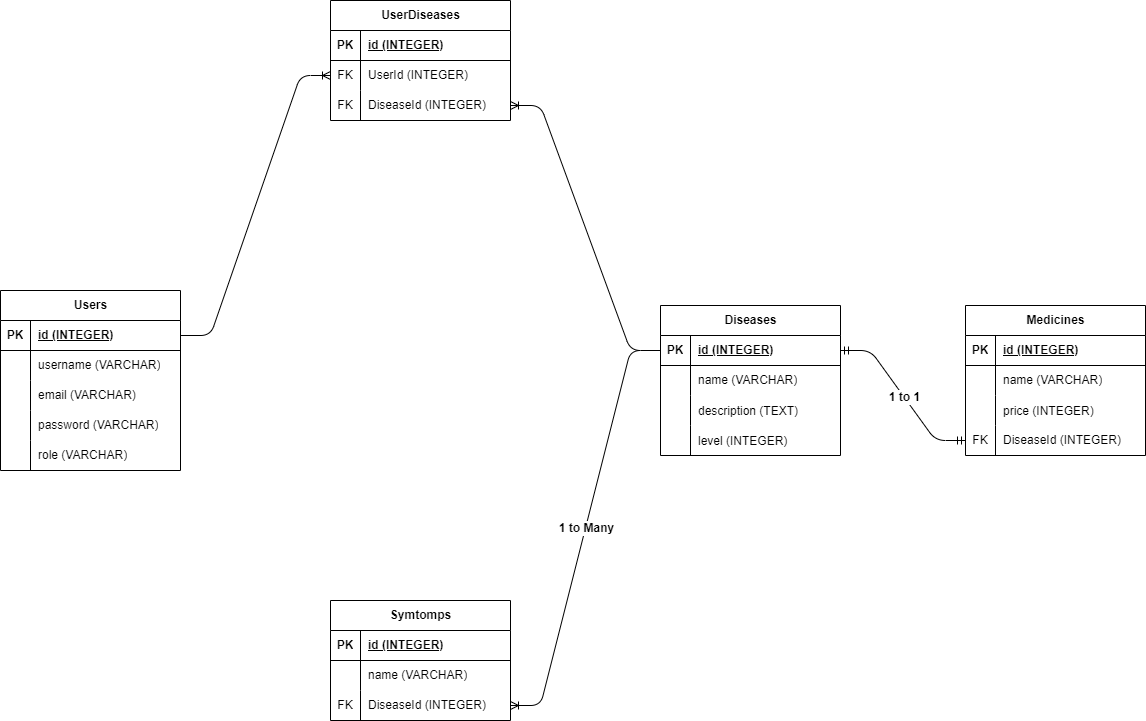
This is schema.drawio.png from KendySupratowo/HiDoc, a draw.io export, as it was before one commit. Source tidied: cells renumbered, new cells last; positions are measured from the earlier drawing's top-left corner, leaving out a move shared by most shapes.
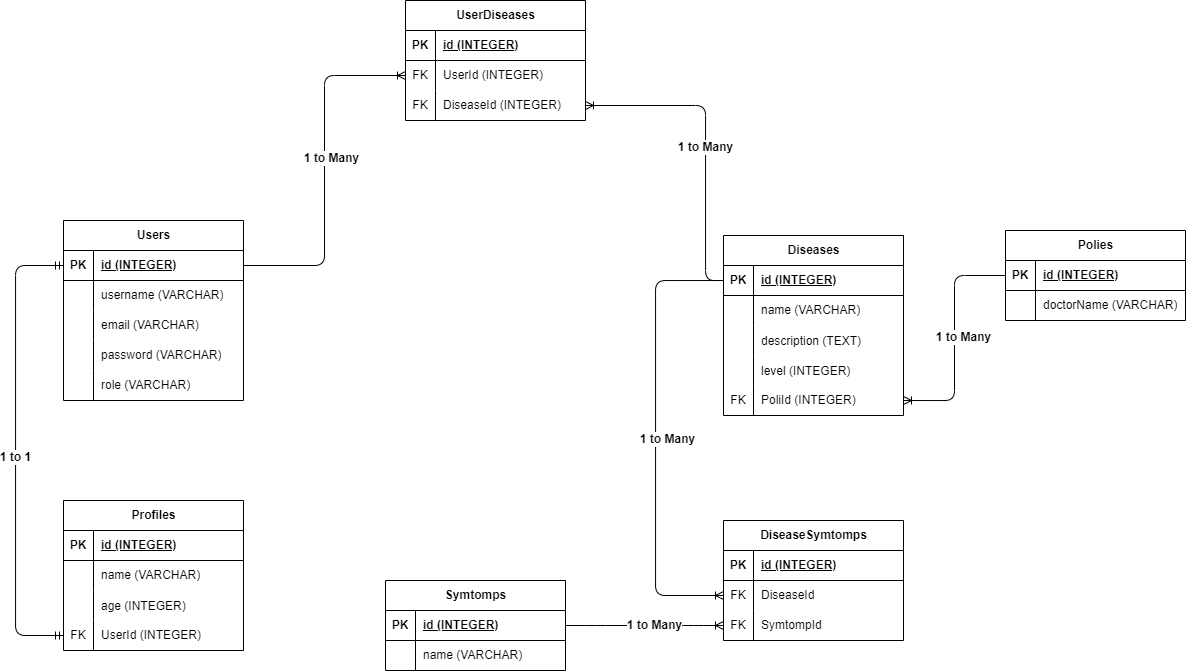
The same diagram one commit later.

Change to the diagram source:
```diff
@@ -51,7 +51,7 @@
       <mxGeometry x="30" width="150" height="30" as="geometry" />
     </mxCell>
     <mxCell id="18" value="UserDiseases" style="shape=table;startSize=30;rowLines=0;fontStyle=1;align=center;html=1;" parent="1" vertex="1">
-      <mxGeometry x="330" width="180" height="120" as="geometry" />
+      <mxGeometry x="342" y="70" width="180" height="120" as="geometry" />
     </mxCell>
     <mxCell id="19" style="shape=tableRow;horizontal=0;startSize=0;swimlaneHead=0;swimlaneBody=0;fillColor=none;top=0;left=0;right=0;bottom=1;" parent="18" vertex="1">
       <mxGeometry y="30" width="180" height="30" as="geometry" />
@@ -81,7 +81,7 @@
       <mxGeometry x="30" width="150" height="30" as="geometry" />
     </mxCell>
     <mxCell id="28" value="Diseases" style="shape=table;startSize=30;rowLines=0;fontStyle=1;align=center;html=1;" parent="1" vertex="1">
-      <mxGeometry x="660" y="305" width="180" height="150" as="geometry" />
+      <mxGeometry x="660" y="305" width="180" height="180" as="geometry" />
     </mxCell>
     <mxCell id="29" style="shape=tableRow;horizontal=0;startSize=0;swimlaneHead=0;swimlaneBody=0;fillColor=none;points=[[0,0.5],[1,0.5]];portConstraint=eastwest;top=0;left=0;right=0;bottom=1;" parent="28" vertex="1">
       <mxGeometry y="30" width="180" height="30" as="geometry" />
@@ -119,18 +119,28 @@
     <mxCell id="40" value="level (INTEGER)" style="shape=partialRectangle;fillColor=none;top=0;left=0;bottom=0;right=0;align=left;spacingLeft=6;overflow=hidden;" parent="38" vertex="1">
       <mxGeometry x="30" width="150" height="30" as="geometry" />
     </mxCell>
+    <mxCell id="70" style="shape=tableRow;horizontal=0;startSize=0;swimlaneHead=0;swimlaneBody=0;fillColor=none;points=[[0,0.5],[1,0.5]];portConstraint=eastwest;top=0;left=0;right=0;bottom=0;" parent="28" vertex="1">
+      <mxGeometry y="150" width="180" height="30" as="geometry" />
+    </mxCell>
+    <mxCell id="51" value="FK" style="shape=partialRectangle;fillColor=none;top=0;left=0;bottom=0;right=0;fontStyle=0;overflow=hidden;whiteSpace=wrap;html=1;" parent="70" vertex="1">
+      <mxGeometry width="30" height="30" as="geometry" />
+    </mxCell>
+    <mxCell id="71" value="PoliId (INTEGER)" style="shape=partialRectangle;fillColor=none;top=0;left=0;bottom=0;right=0;align=left;spacingLeft=6;fontStyle=0;overflow=hidden;whiteSpace=wrap;html=1;" parent="70" vertex="1">
+      <mxGeometry x="30" width="150" height="30" as="geometry" />
+    </mxCell>
-    <mxCell id="41" style="edgeStyle=entityRelationEdgeStyle;fontSize=12;html=1;endArrow=ERoneToMany;exitX=1;exitY=0.5;exitDx=0;exitDy=0;entryX=0;entryY=0.5;entryDx=0;entryDy=0;" parent="1" edge="1" source="3" target="22">
+    <mxCell id="41" style="edgeStyle=orthogonalEdgeStyle;fontSize=12;html=1;endArrow=ERoneToMany;exitX=1;exitY=0.5;exitDx=0;exitDy=0;entryX=0;entryY=0.5;entryDx=0;entryDy=0;" parent="1" edge="1" source="3" target="22">
       <mxGeometry relative="1" as="geometry" />
     </mxCell>
-    <mxCell id="42" style="edgeStyle=entityRelationEdgeStyle;fontSize=12;html=1;endArrow=ERoneToMany;exitX=0;exitY=0.5;exitDx=0;exitDy=0;entryX=1;entryY=0.5;entryDx=0;entryDy=0;" parent="1" edge="1" source="29" target="25">
+    <mxCell id="42" style="edgeStyle=orthogonalEdgeStyle;fontSize=12;html=1;endArrow=ERoneToMany;exitX=0;exitY=0.5;exitDx=0;exitDy=0;entryX=1;entryY=0.5;entryDx=0;entryDy=0;" parent="1" edge="1" source="29" target="25">
       <mxGeometry relative="1" as="geometry">
         <Array as="points">
-          <mxPoint x="770" y="235" />
+          <mxPoint x="642" y="350" />
+          <mxPoint x="642" y="175" />
         </Array>
       </mxGeometry>
     </mxCell>
     <mxCell id="43" value="Symtomps" style="shape=table;startSize=30;rowLines=0;fontStyle=1;align=center;html=1;" parent="1" vertex="1">
-      <mxGeometry x="330" y="600" width="180" height="120" as="geometry" />
+      <mxGeometry x="322" y="650" width="180" height="90" as="geometry" />
     </mxCell>
     <mxCell id="44" style="shape=tableRow;horizontal=0;startSize=0;swimlaneHead=0;swimlaneBody=0;fillColor=none;points=[[0,0.5],[1,0.5]];portConstraint=eastwest;top=0;left=0;right=0;bottom=1;" parent="43" vertex="1">
       <mxGeometry y="30" width="180" height="30" as="geometry" />
@@ -150,27 +160,21 @@
     <mxCell id="49" value="name (VARCHAR)" style="shape=partialRectangle;fillColor=none;top=0;left=0;bottom=0;right=0;align=left;spacingLeft=6;overflow=hidden;whiteSpace=wrap;html=1;" parent="47" vertex="1">
       <mxGeometry x="30" width="150" height="30" as="geometry" />
     </mxCell>
-    <mxCell id="50" style="shape=tableRow;horizontal=0;startSize=0;swimlaneHead=0;swimlaneBody=0;fillColor=none;points=[[0,0.5],[1,0.5]];portConstraint=eastwest;top=0;left=0;right=0;bottom=0;" parent="43" vertex="1">
-      <mxGeometry y="90" width="180" height="30" as="geometry" />
-    </mxCell>
-    <mxCell id="51" value="FK" style="shape=partialRectangle;fillColor=none;top=0;left=0;bottom=0;right=0;fontStyle=0;overflow=hidden;whiteSpace=wrap;html=1;" parent="50" vertex="1">
-      <mxGeometry width="30" height="30" as="geometry" />
-    </mxCell>
-    <mxCell id="52" value="&lt;span style=&quot;color: rgb(0, 0, 0);&quot;&gt;DiseaseId (INTEGER)&lt;/span&gt;" style="shape=partialRectangle;fillColor=none;top=0;left=0;bottom=0;right=0;align=left;spacingLeft=6;fontStyle=0;overflow=hidden;whiteSpace=wrap;html=1;" parent="50" vertex="1">
-      <mxGeometry x="30" width="150" height="30" as="geometry" />
-    </mxCell>
-    <mxCell id="53" style="edgeStyle=entityRelationEdgeStyle;fontSize=12;html=1;endArrow=ERoneToMany;exitX=0;exitY=0.5;exitDx=0;exitDy=0;entryX=1;entryY=0.5;entryDx=0;entryDy=0;" parent="1" edge="1" source="29" target="50">
+    <mxCell id="53" style="edgeStyle=entityRelationEdgeStyle;fontSize=12;html=1;endArrow=ERoneToMany;exitX=1;exitY=0.5;exitDx=0;exitDy=0;entryX=0;entryY=0.5;entryDx=0;entryDy=0;" parent="1" edge="1" source="44" target="50">
       <mxGeometry relative="1" as="geometry">
         <Array as="points">
-          <mxPoint x="647" y="470" />
+          <mxPoint x="1183" y="520" />
+          <mxPoint x="282" y="605" />
         </Array>
       </mxGeometry>
     </mxCell>
     <mxCell id="54" value="&lt;font style=&quot;font-size: 12px;&quot;&gt;&lt;b&gt;1 to Many&lt;/b&gt;&lt;/font&gt;" style="edgeLabel;html=1;align=center;verticalAlign=middle;" parent="53" vertex="1">
-      <mxGeometry y="1" relative="1" as="geometry" />
+      <mxGeometry y="1" relative="1" as="geometry">
+        <mxPoint x="10" as="offset" />
+      </mxGeometry>
     </mxCell>
-    <mxCell id="55" value="Medicines" style="shape=table;startSize=30;rowLines=0;fontStyle=1;align=center;html=1;" parent="1" vertex="1">
-      <mxGeometry x="965" y="305" width="180" height="150" as="geometry" />
+    <mxCell id="55" value="Profiles" style="shape=table;startSize=30;rowLines=0;fontStyle=1;align=center;html=1;" parent="1" vertex="1">
+      <mxGeometry y="570" width="180" height="150" as="geometry" />
     </mxCell>
     <mxCell id="56" style="shape=tableRow;horizontal=0;startSize=0;swimlaneHead=0;swimlaneBody=0;fillColor=none;top=0;left=0;right=0;bottom=1;" parent="55" vertex="1">
       <mxGeometry y="30" width="180" height="30" as="geometry" />
@@ -196,7 +200,7 @@
     <mxCell id="63" style="shape=partialRectangle;fillColor=none;top=0;left=0;bottom=0;right=0;overflow=hidden;" parent="62" vertex="1">
       <mxGeometry width="30" height="30" as="geometry" />
     </mxCell>
-    <mxCell id="64" value="price (INTEGER)" style="shape=partialRectangle;fillColor=none;top=0;left=0;bottom=0;right=0;align=left;spacingLeft=6;overflow=hidden;" parent="62" vertex="1">
+    <mxCell id="64" value="age (INTEGER)" style="shape=partialRectangle;fillColor=none;top=0;left=0;bottom=0;right=0;align=left;spacingLeft=6;overflow=hidden;" parent="62" vertex="1">
       <mxGeometry x="30" width="150" height="30" as="geometry" />
     </mxCell>
     <mxCell id="65" style="shape=tableRow;horizontal=0;startSize=0;swimlaneHead=0;swimlaneBody=0;fillColor=none;points=[[0,0.5],[1,0.5]];portConstraint=eastwest;top=0;left=0;right=0;bottom=0;" parent="55" vertex="1">
@@ -205,15 +209,14 @@
     <mxCell id="66" value="FK" style="shape=partialRectangle;fillColor=none;top=0;left=0;bottom=0;right=0;fontStyle=0;overflow=hidden;whiteSpace=wrap;html=1;" parent="65" vertex="1">
       <mxGeometry width="30" height="30" as="geometry" />
     </mxCell>
-    <mxCell id="67" value="&lt;span style=&quot;color: rgb(0, 0, 0);&quot;&gt;DiseaseId (INTEGER)&lt;/span&gt;" style="shape=partialRectangle;fillColor=none;top=0;left=0;bottom=0;right=0;align=left;spacingLeft=6;fontStyle=0;overflow=hidden;whiteSpace=wrap;html=1;" parent="65" vertex="1">
+    <mxCell id="67" value="&lt;span style=&quot;color: rgb(0, 0, 0);&quot;&gt;UserId (INTEGER)&lt;/span&gt;" style="shape=partialRectangle;fillColor=none;top=0;left=0;bottom=0;right=0;align=left;spacingLeft=6;fontStyle=0;overflow=hidden;whiteSpace=wrap;html=1;" parent="65" vertex="1">
       <mxGeometry x="30" width="150" height="30" as="geometry" />
     </mxCell>
-    <mxCell id="68" style="edgeStyle=entityRelationEdgeStyle;fontSize=12;html=1;endArrow=ERmandOne;startArrow=ERmandOne;exitX=0;exitY=0.5;exitDx=0;exitDy=0;entryX=1;entryY=0.5;entryDx=0;entryDy=0;" parent="1" edge="1" source="65" target="29">
+    <mxCell id="68" style="edgeStyle=orthogonalEdgeStyle;fontSize=12;html=1;endArrow=ERmandOne;startArrow=ERmandOne;exitX=0;exitY=0.5;exitDx=0;exitDy=0;entryX=0;entryY=0.5;entryDx=0;entryDy=0;" parent="1" edge="1" source="65" target="3">
       <mxGeometry relative="1" as="geometry">
         <Array as="points">
-          <mxPoint x="1135" y="565" />
-          <mxPoint x="1035" y="525" />
-          <mxPoint x="765" y="540" />
+          <mxPoint x="-48" y="705" />
+          <mxPoint x="-48" y="335" />
         </Array>
       </mxGeometry>
     </mxCell>
@@ -222,5 +225,87 @@
         <mxPoint y="-1" as="offset" />
       </mxGeometry>
     </mxCell>
+    <mxCell id="72" value="&lt;font style=&quot;font-size: 12px;&quot;&gt;&lt;b&gt;1 to Many&lt;/b&gt;&lt;/font&gt;" style="edgeLabel;html=1;align=center;verticalAlign=middle;" parent="1" vertex="1">
+      <mxGeometry x="582" y="240" as="geometry">
+        <mxPoint x="59" y="-24" as="offset" />
+      </mxGeometry>
+    </mxCell>
+    <mxCell id="73" value="&lt;font style=&quot;font-size: 12px;&quot;&gt;&lt;b&gt;1 to Many&lt;/b&gt;&lt;/font&gt;" style="edgeLabel;html=1;align=center;verticalAlign=middle;" parent="1" vertex="1">
+      <mxGeometry x="412" y="320" as="geometry">
+        <mxPoint x="-145" y="-93" as="offset" />
+      </mxGeometry>
+    </mxCell>
+    <mxCell id="74" value="DiseaseSymtomps" style="shape=table;startSize=30;rowLines=0;fontStyle=1;align=center;html=1;" parent="1" vertex="1">
+      <mxGeometry x="660" y="590" width="180" height="120" as="geometry" />
+    </mxCell>
+    <mxCell id="75" style="shape=tableRow;horizontal=0;startSize=0;swimlaneHead=0;swimlaneBody=0;fillColor=none;top=0;left=0;right=0;bottom=1;" parent="74" vertex="1">
+      <mxGeometry y="30" width="180" height="30" as="geometry" />
+    </mxCell>
+    <mxCell id="76" value="PK" style="shape=partialRectangle;fillColor=none;top=0;left=0;bottom=0;right=0;fontStyle=1;overflow=hidden;whiteSpace=wrap;html=1;" parent="75" vertex="1">
+      <mxGeometry width="30" height="30" as="geometry" />
+    </mxCell>
+    <mxCell id="77" value="id (INTEGER)" style="shape=partialRectangle;fillColor=none;top=0;left=0;bottom=0;right=0;align=left;spacingLeft=6;fontStyle=5;overflow=hidden;whiteSpace=wrap;html=1;" parent="75" vertex="1">
+      <mxGeometry x="30" width="150" height="30" as="geometry" />
+    </mxCell>
+    <mxCell id="78" style="shape=tableRow;horizontal=0;startSize=0;swimlaneHead=0;swimlaneBody=0;fillColor=none;points=[[0,0.5],[1,0.5]];portConstraint=eastwest;top=0;left=0;right=0;bottom=0;" parent="74" vertex="1">
+      <mxGeometry y="60" width="180" height="30" as="geometry" />
+    </mxCell>
+    <mxCell id="79" value="FK" style="shape=partialRectangle;fillColor=none;top=0;left=0;bottom=0;right=0;overflow=hidden;whiteSpace=wrap;html=1;" parent="78" vertex="1">
+      <mxGeometry width="30" height="30" as="geometry" />
+    </mxCell>
+    <mxCell id="80" value="DiseaseId" style="shape=partialRectangle;fillColor=none;top=0;left=0;bottom=0;right=0;align=left;spacingLeft=6;overflow=hidden;whiteSpace=wrap;html=1;" parent="78" vertex="1">
+      <mxGeometry x="30" width="150" height="30" as="geometry" />
+    </mxCell>
+    <mxCell id="50" style="shape=tableRow;horizontal=0;startSize=0;swimlaneHead=0;swimlaneBody=0;fillColor=none;points=[[0,0.5],[1,0.5]];portConstraint=eastwest;top=0;left=0;right=0;bottom=0;" parent="74" vertex="1">
+      <mxGeometry y="90" width="180" height="30" as="geometry" />
+    </mxCell>
+    <mxCell id="81" value="FK" style="shape=partialRectangle;fillColor=none;top=0;left=0;bottom=0;right=0;overflow=hidden;whiteSpace=wrap;html=1;" parent="50" vertex="1">
+      <mxGeometry width="30" height="30" as="geometry" />
+    </mxCell>
+    <mxCell id="82" value="SymtompId" style="shape=partialRectangle;fillColor=none;top=0;left=0;bottom=0;right=0;align=left;spacingLeft=6;overflow=hidden;whiteSpace=wrap;html=1;" parent="50" vertex="1">
+      <mxGeometry x="30" width="150" height="30" as="geometry" />
+    </mxCell>
+    <mxCell id="83" style="edgeStyle=orthogonalEdgeStyle;fontSize=12;html=1;endArrow=ERoneToMany;exitX=0;exitY=0.5;exitDx=0;exitDy=0;entryX=0;entryY=0.5;entryDx=0;entryDy=0;" parent="1" edge="1" source="29" target="78">
+      <mxGeometry relative="1" as="geometry">
+        <Array as="points">
+          <mxPoint x="592" y="350" />
+          <mxPoint x="592" y="665" />
+        </Array>
+      </mxGeometry>
+    </mxCell>
+    <mxCell id="84" value="&lt;font style=&quot;font-size: 12px;&quot;&gt;&lt;b&gt;1 to Many&lt;/b&gt;&lt;/font&gt;" style="edgeLabel;html=1;align=center;verticalAlign=middle;" parent="83" vertex="1">
+      <mxGeometry y="1" relative="1" as="geometry">
+        <mxPoint x="10" as="offset" />
+      </mxGeometry>
+    </mxCell>
+    <mxCell id="85" value="Polies" style="shape=table;startSize=30;rowLines=0;fontStyle=1;align=center;html=1;" parent="1" vertex="1">
+      <mxGeometry x="942" y="300" width="180" height="90" as="geometry" />
+    </mxCell>
+    <mxCell id="86" style="shape=tableRow;horizontal=0;startSize=0;swimlaneHead=0;swimlaneBody=0;fillColor=none;points=[[0,0.5],[1,0.5]];portConstraint=eastwest;top=0;left=0;right=0;bottom=1;" parent="85" vertex="1">
+      <mxGeometry y="30" width="180" height="30" as="geometry" />
+    </mxCell>
+    <mxCell id="87" value="PK" style="shape=partialRectangle;fillColor=none;top=0;left=0;bottom=0;right=0;fontStyle=1;overflow=hidden;whiteSpace=wrap;html=1;" parent="86" vertex="1">
+      <mxGeometry width="30" height="30" as="geometry" />
+    </mxCell>
+    <mxCell id="88" value="id (INTEGER)" style="shape=partialRectangle;fillColor=none;top=0;left=0;bottom=0;right=0;align=left;spacingLeft=6;fontStyle=5;overflow=hidden;whiteSpace=wrap;html=1;" parent="86" vertex="1">
+      <mxGeometry x="30" width="150" height="30" as="geometry" />
+    </mxCell>
+    <mxCell id="89" style="shape=tableRow;horizontal=0;startSize=0;swimlaneHead=0;swimlaneBody=0;fillColor=none;top=0;left=0;right=0;bottom=0;" parent="85" vertex="1">
+      <mxGeometry y="60" width="180" height="30" as="geometry" />
+    </mxCell>
+    <mxCell id="90" style="shape=partialRectangle;fillColor=none;top=0;left=0;bottom=0;right=0;overflow=hidden;whiteSpace=wrap;html=1;" parent="89" vertex="1">
+      <mxGeometry width="30" height="30" as="geometry" />
+    </mxCell>
+    <mxCell id="91" value="doctorName (VARCHAR)" style="shape=partialRectangle;fillColor=none;top=0;left=0;bottom=0;right=0;align=left;spacingLeft=6;overflow=hidden;whiteSpace=wrap;html=1;" parent="89" vertex="1">
+      <mxGeometry x="30" width="150" height="30" as="geometry" />
+    </mxCell>
+    <mxCell id="92" style="edgeStyle=orthogonalEdgeStyle;fontSize=12;html=1;endArrow=ERoneToMany;exitX=0;exitY=0.5;exitDx=0;exitDy=0;entryX=1;entryY=0.5;entryDx=0;entryDy=0;" parent="1" edge="1" source="86" target="70">
+      <mxGeometry relative="1" as="geometry" />
+    </mxCell>
+    <mxCell id="93" value="&lt;font style=&quot;font-size: 12px;&quot;&gt;&lt;b&gt;1 to Many&lt;/b&gt;&lt;/font&gt;" style="edgeLabel;html=1;align=center;verticalAlign=middle;" parent="1" vertex="1">
+      <mxGeometry x="840" y="430" as="geometry">
+        <mxPoint x="59" y="-24" as="offset" />
+      </mxGeometry>
+    </mxCell>
   </root>
 </mxGraphModel>
```
